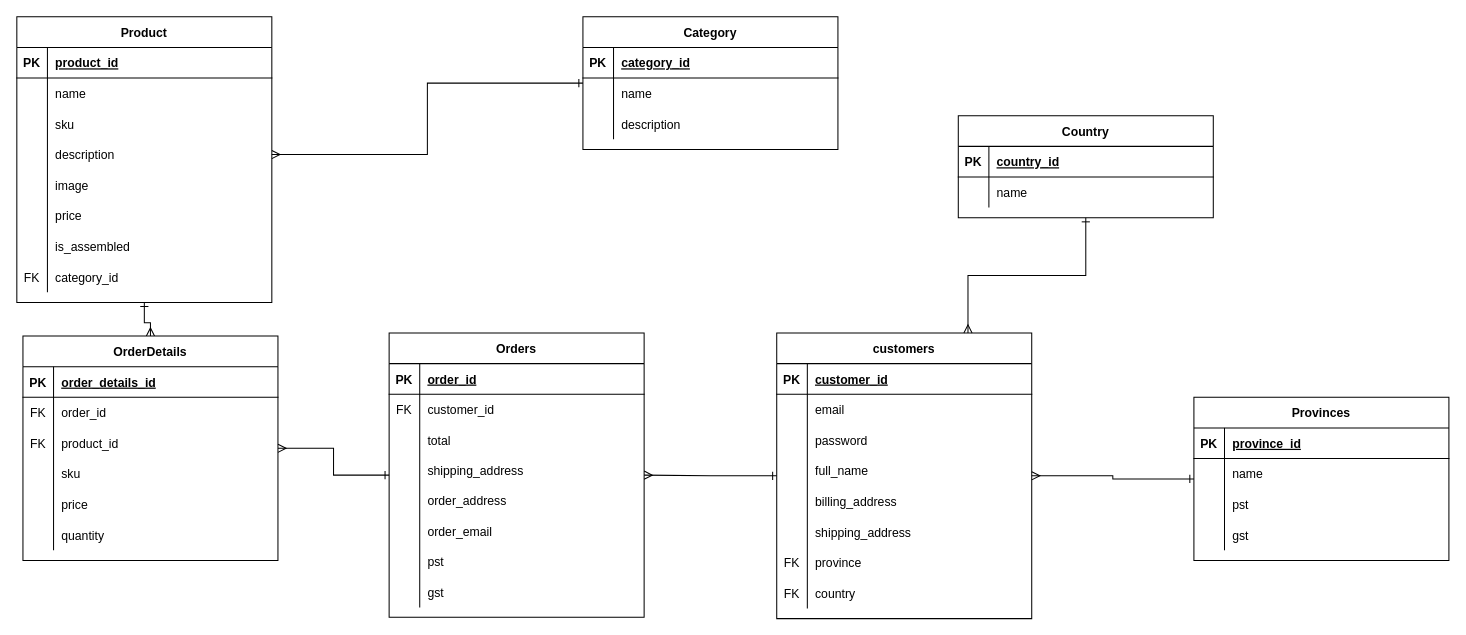
This is Untitled Diagram.drawio from jrogalka/PrairieKeyboards, a draw.io file, before an edit. Source tidied: cells renumbered, new cells numbered last; positions are measured from the earlier drawing's top-left corner, leaving out a move shared by most shapes. Both pictures are drawn from the tidied source at 102%, with x=0, y=0 at pixel (16, 16).
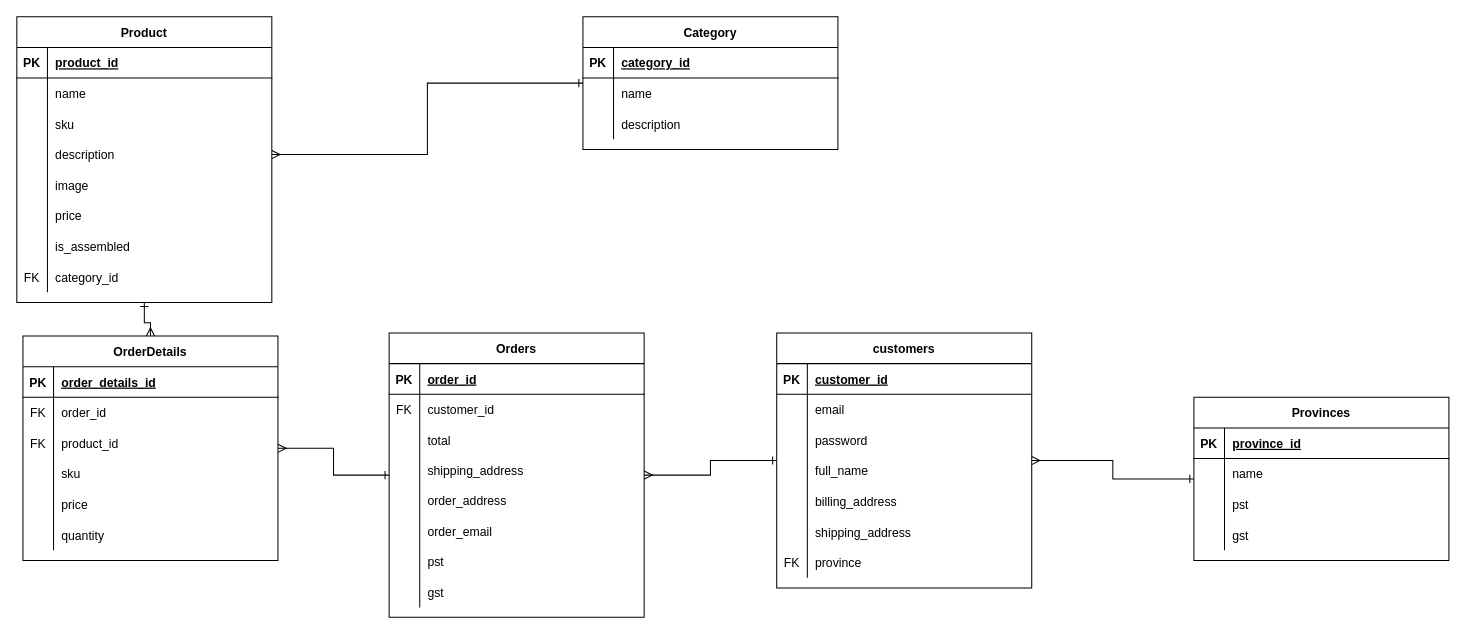
Above is the later version.

Diff of the diagram source:
```diff
@@
     <mxCell id="88" value="customers" style="shape=table;startSize=30;childLayout=tableLayout;rowLines=0;fontStyle=1;align=center;" parent="1" vertex="1">
-      <mxGeometry x="745" y="310" width="250" height="280" as="geometry" />
+      <mxGeometry x="745" y="310" width="250" height="250" as="geometry" />
     </mxCell>
@@
-    <mxCell id="110" style="shape=partialRectangle;fillColor=none;top=0;left=0;right=0;bottom=0;" parent="88" vertex="1">
-      <mxGeometry y="240" width="250" height="30" as="geometry" />
-    </mxCell>
-    <mxCell id="111" value="FK" style="shape=partialRectangle;overflow=hidden;fillColor=none;top=0;left=0;bottom=0;right=0;" parent="110" vertex="1">
-      <mxGeometry width="30" height="30" as="geometry" />
-    </mxCell>
-    <mxCell id="112" value="country" style="shape=partialRectangle;overflow=hidden;fillColor=none;top=0;left=0;bottom=0;right=0;align=left;spacingLeft=6;" parent="110" vertex="1">
-      <mxGeometry x="30" width="220" height="30" as="geometry" />
-    </mxCell>
@@
-    <mxCell id="127" style="edgeStyle=orthogonalEdgeStyle;rounded=0;jettySize=auto;html=1;entryX=0.75;entryY=0;entryDx=0;entryDy=0;startArrow=ERone;startFill=0;endArrow=ERmany;endFill=0;" parent="1" edge="1" source="128" target="88">
-      <mxGeometry relative="1" as="geometry" />
-    </mxCell>
-    <mxCell id="128" value="Country" style="shape=table;startSize=30;childLayout=tableLayout;rowLines=0;fontStyle=1;align=center;" parent="1" vertex="1">
-      <mxGeometry x="923" y="97" width="250" height="100" as="geometry" />
-    </mxCell>
-    <mxCell id="129" style="shape=partialRectangle;fillColor=none;top=0;left=0;right=0;bottom=1;" parent="128" vertex="1">
-      <mxGeometry y="30" width="250" height="30" as="geometry" />
-    </mxCell>
-    <mxCell id="130" value="PK" style="shape=partialRectangle;overflow=hidden;fillColor=none;top=0;left=0;bottom=0;right=0;fontStyle=1;" parent="129" vertex="1">
-      <mxGeometry width="30" height="30" as="geometry" />
-    </mxCell>
-    <mxCell id="131" value="country_id" style="shape=partialRectangle;overflow=hidden;fillColor=none;top=0;left=0;bottom=0;right=0;align=left;spacingLeft=6;fontStyle=5;" parent="129" vertex="1">
-      <mxGeometry x="30" width="220" height="30" as="geometry" />
-    </mxCell>
-    <mxCell id="132" style="shape=partialRectangle;fillColor=none;top=0;left=0;right=0;bottom=0;" parent="128" vertex="1">
-      <mxGeometry y="60" width="250" height="30" as="geometry" />
-    </mxCell>
-    <mxCell id="133" style="shape=partialRectangle;overflow=hidden;fillColor=none;top=0;left=0;bottom=0;right=0;" parent="132" vertex="1">
-      <mxGeometry width="30" height="30" as="geometry" />
-    </mxCell>
-    <mxCell id="134" value="name" style="shape=partialRectangle;overflow=hidden;fillColor=none;top=0;left=0;bottom=0;right=0;align=left;spacingLeft=6;" parent="132" vertex="1">
-      <mxGeometry x="30" width="220" height="30" as="geometry" />
-    </mxCell>
```
